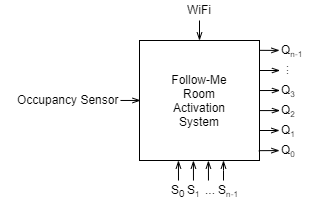
The draw.io diagram BlockDiagrams/follow_me.png in Zircon332/LogicGates, before a commit. Source tidied: cells renumbered, new cells last; positions are measured from the earlier drawing's top-left corner, leaving out a move shared by most shapes.
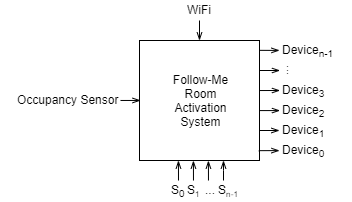
The same diagram one commit later.

Commit message:
update block diagrams

Diff of the diagram source:
```diff
@@ -50,53 +50,59 @@
         <mxPoint x="207.9" y="160.1" as="targetPoint" />
       </mxGeometry>
     </mxCell>
-    <mxCell id="13" style="edgeStyle=none;rounded=0;jettySize=auto;html=1;endArrow=none;endFill=0;entryX=0.994;entryY=0.918;entryDx=0;entryDy=0;entryPerimeter=0;startArrow=openThin;startFill=0;" parent="1" edge="1" source="14" target="2">
-      <mxGeometry relative="1" as="geometry" />
+    <mxCell id="13" style="edgeStyle=none;rounded=0;jettySize=auto;html=1;endArrow=none;endFill=0;entryX=0.994;entryY=0.918;entryDx=0;entryDy=0;entryPerimeter=0;startArrow=openThin;startFill=0;" parent="1" edge="1" target="2">
+      <mxGeometry relative="1" as="geometry">
+        <mxPoint x="279" y="150.1" as="sourcePoint" />
+      </mxGeometry>
     </mxCell>
-    <mxCell id="14" value="Q&lt;span style=&quot;font-size: 10px&quot;&gt;&lt;sub&gt;0&lt;/sub&gt;&lt;/span&gt;" style="text;html=1;points=[];align=left;verticalAlign=top;spacingTop=-4;" parent="1" vertex="1">
-      <mxGeometry x="279" y="140" width="30" height="20" as="geometry" />
+    <mxCell id="14" style="edgeStyle=none;rounded=0;jettySize=auto;html=1;endArrow=none;endFill=0;entryX=1;entryY=0.75;entryDx=0;entryDy=0;startArrow=openThin;startFill=0;" parent="1" edge="1" target="2">
+      <mxGeometry relative="1" as="geometry">
+        <mxPoint x="279" y="130" as="sourcePoint" />
+      </mxGeometry>
     </mxCell>
-    <mxCell id="15" style="edgeStyle=none;rounded=0;jettySize=auto;html=1;endArrow=none;endFill=0;entryX=1;entryY=0.75;entryDx=0;entryDy=0;startArrow=openThin;startFill=0;" parent="1" edge="1" source="16" target="2">
-      <mxGeometry relative="1" as="geometry" />
+    <mxCell id="15" style="edgeStyle=none;rounded=0;jettySize=auto;html=1;endArrow=none;endFill=0;entryX=0.997;entryY=0.082;entryDx=0;entryDy=0;entryPerimeter=0;startArrow=openThin;startFill=0;" parent="1" edge="1" target="2">
+      <mxGeometry relative="1" as="geometry">
+        <mxPoint x="279" y="49.9" as="sourcePoint" />
+      </mxGeometry>
     </mxCell>
-    <mxCell id="16" value="Q&lt;span style=&quot;font-size: 10px&quot;&gt;&lt;sub&gt;1&lt;/sub&gt;&lt;/span&gt;" style="text;html=1;points=[];align=left;verticalAlign=top;spacingTop=-4;" parent="1" vertex="1">
-      <mxGeometry x="279" y="120" width="30" height="20" as="geometry" />
+    <mxCell id="16" style="edgeStyle=none;rounded=0;jettySize=auto;html=1;endArrow=none;endFill=0;entryX=0.998;entryY=0.584;entryDx=0;entryDy=0;entryPerimeter=0;startArrow=openThin;startFill=0;" parent="1" edge="1" target="2">
+      <mxGeometry relative="1" as="geometry">
+        <mxPoint x="279.5" y="110.1" as="sourcePoint" />
+      </mxGeometry>
     </mxCell>
-    <mxCell id="17" style="edgeStyle=none;rounded=0;jettySize=auto;html=1;endArrow=none;endFill=0;entryX=0.997;entryY=0.082;entryDx=0;entryDy=0;entryPerimeter=0;startArrow=openThin;startFill=0;" parent="1" edge="1" source="18" target="2">
-      <mxGeometry relative="1" as="geometry" />
+    <mxCell id="17" style="edgeStyle=none;rounded=0;jettySize=auto;html=1;endArrow=none;endFill=0;entryX=0.999;entryY=0.417;entryDx=0;entryDy=0;entryPerimeter=0;startArrow=openThin;startFill=0;" parent="1" edge="1" target="2">
+      <mxGeometry relative="1" as="geometry">
+        <mxPoint x="279.5" y="90" as="sourcePoint" />
+      </mxGeometry>
     </mxCell>
-    <mxCell id="18" value="Q&lt;span style=&quot;font-size: 10px&quot;&gt;&lt;sub&gt;n-1&lt;/sub&gt;&lt;/span&gt;" style="text;html=1;points=[];align=left;verticalAlign=top;spacingTop=-4;" parent="1" vertex="1">
-      <mxGeometry x="279" y="40" width="40" height="20" as="geometry" />
+    <mxCell id="18" style="edgeStyle=none;rounded=0;jettySize=auto;html=1;endArrow=none;endFill=0;entryX=1;entryY=0.25;entryDx=0;entryDy=0;startArrow=openThin;startFill=0;" parent="1" edge="1" target="2">
+      <mxGeometry relative="1" as="geometry">
+        <mxPoint x="279.5" y="70" as="sourcePoint" />
+      </mxGeometry>
     </mxCell>
-    <mxCell id="19" style="edgeStyle=none;rounded=0;jettySize=auto;html=1;endArrow=none;endFill=0;entryX=0.998;entryY=0.584;entryDx=0;entryDy=0;entryPerimeter=0;startArrow=openThin;startFill=0;" parent="1" edge="1" target="2">
-      <mxGeometry relative="1" as="geometry">
-        <mxPoint x="279.5" y="110.1" as="sourcePoint" />
-      </mxGeometry>
+    <mxCell id="19" value="..." style="text;html=1;align=center;verticalAlign=top;spacingTop=-4;rotation=-90;" parent="1" vertex="1">
+      <mxGeometry x="269" y="60" width="30" height="20" as="geometry" />
     </mxCell>
-    <mxCell id="20" style="edgeStyle=none;rounded=0;jettySize=auto;html=1;endArrow=none;endFill=0;entryX=0.999;entryY=0.417;entryDx=0;entryDy=0;entryPerimeter=0;startArrow=openThin;startFill=0;" parent="1" edge="1" target="2">
-      <mxGeometry relative="1" as="geometry">
-        <mxPoint x="279.5" y="90" as="sourcePoint" />
-      </mxGeometry>
+    <mxCell id="20" style="edgeStyle=none;rounded=0;jettySize=auto;html=1;startArrow=none;startFill=0;endArrow=openThin;endFill=0;entryX=0.5;entryY=0;entryDx=0;entryDy=0;" parent="1" edge="1" source="21" target="2">
+      <mxGeometry relative="1" as="geometry" />
     </mxCell>
-    <mxCell id="21" style="edgeStyle=none;rounded=0;jettySize=auto;html=1;endArrow=none;endFill=0;entryX=1;entryY=0.25;entryDx=0;entryDy=0;startArrow=openThin;startFill=0;" parent="1" edge="1" target="2">
-      <mxGeometry relative="1" as="geometry">
-        <mxPoint x="279.5" y="70" as="sourcePoint" />
-      </mxGeometry>
+    <mxCell id="21" value="WiFi" style="text;html=1;points=[];align=center;verticalAlign=top;spacingTop=-4;" parent="1" vertex="1">
+      <mxGeometry x="179" width="40" height="20" as="geometry" />
     </mxCell>
-    <mxCell id="22" value="..." style="text;html=1;align=center;verticalAlign=top;spacingTop=-4;rotation=-90;" parent="1" vertex="1">
-      <mxGeometry x="269" y="60" width="30" height="20" as="geometry" />
+    <mxCell id="22" value="Device&lt;sub&gt;0&lt;/sub&gt;" style="text;html=1;align=left;verticalAlign=top;spacingTop=-4;" parent="1" vertex="1">
+      <mxGeometry x="280" y="140" width="60" height="20" as="geometry" />
     </mxCell>
-    <mxCell id="23" value="Q&lt;span style=&quot;font-size: 10px&quot;&gt;&lt;sub&gt;2&lt;/sub&gt;&lt;/span&gt;" style="text;html=1;align=left;verticalAlign=top;spacingTop=-4;" parent="1" vertex="1">
-      <mxGeometry x="279" y="100" width="30" height="20" as="geometry" />
+    <mxCell id="23" value="Device&lt;sub&gt;1&lt;/sub&gt;" style="text;html=1;align=left;verticalAlign=top;spacingTop=-4;" parent="1" vertex="1">
+      <mxGeometry x="280" y="120" width="60" height="20" as="geometry" />
     </mxCell>
-    <mxCell id="24" value="Q&lt;span style=&quot;font-size: 10px&quot;&gt;&lt;sub&gt;3&lt;/sub&gt;&lt;/span&gt;" style="text;html=1;align=left;verticalAlign=top;spacingTop=-4;" parent="1" vertex="1">
-      <mxGeometry x="279" y="80" width="30" height="20" as="geometry" />
+    <mxCell id="24" value="Device&lt;sub&gt;2&lt;/sub&gt;" style="text;html=1;align=left;verticalAlign=top;spacingTop=-4;" parent="1" vertex="1">
+      <mxGeometry x="280" y="100" width="60" height="20" as="geometry" />
     </mxCell>
-    <mxCell id="25" style="edgeStyle=none;rounded=0;jettySize=auto;html=1;startArrow=none;startFill=0;endArrow=openThin;endFill=0;entryX=0.5;entryY=0;entryDx=0;entryDy=0;" parent="1" edge="1" source="26" target="2">
-      <mxGeometry relative="1" as="geometry" />
+    <mxCell id="25" value="Device&lt;sub&gt;3&lt;/sub&gt;" style="text;html=1;align=left;verticalAlign=top;spacingTop=-4;" parent="1" vertex="1">
+      <mxGeometry x="280" y="80" width="60" height="20" as="geometry" />
     </mxCell>
-    <mxCell id="26" value="WiFi" style="text;html=1;points=[];align=center;verticalAlign=top;spacingTop=-4;" parent="1" vertex="1">
-      <mxGeometry x="179" width="40" height="20" as="geometry" />
+    <mxCell id="26" value="Device&lt;sub&gt;n-1&lt;/sub&gt;" style="text;html=1;points=[];align=left;verticalAlign=top;spacingTop=-4;" parent="1" vertex="1">
+      <mxGeometry x="280" y="40" width="70" height="20" as="geometry" />
     </mxCell>
   </root>
 </mxGraphModel>
```
